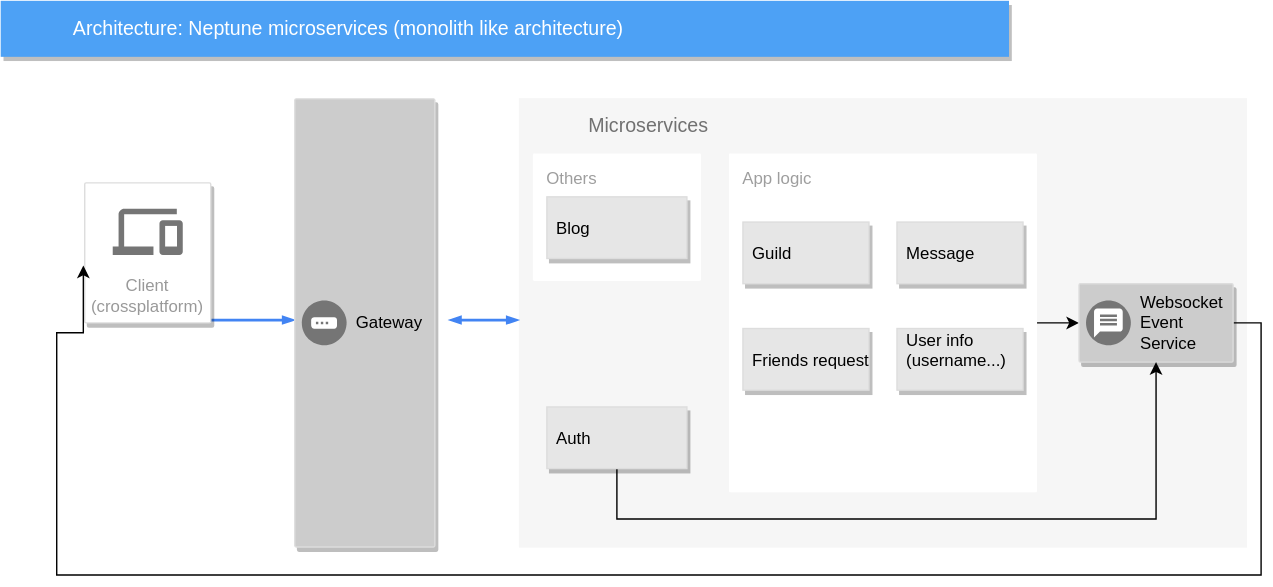
This is diagram/diagram.svg from UchatOrg/guideline, a draw.io export, as it was before one commit. Source tidied: cells renumbered, new cells last; positions are measured from the earlier drawing's top-left corner, leaving out a move shared by most shapes.
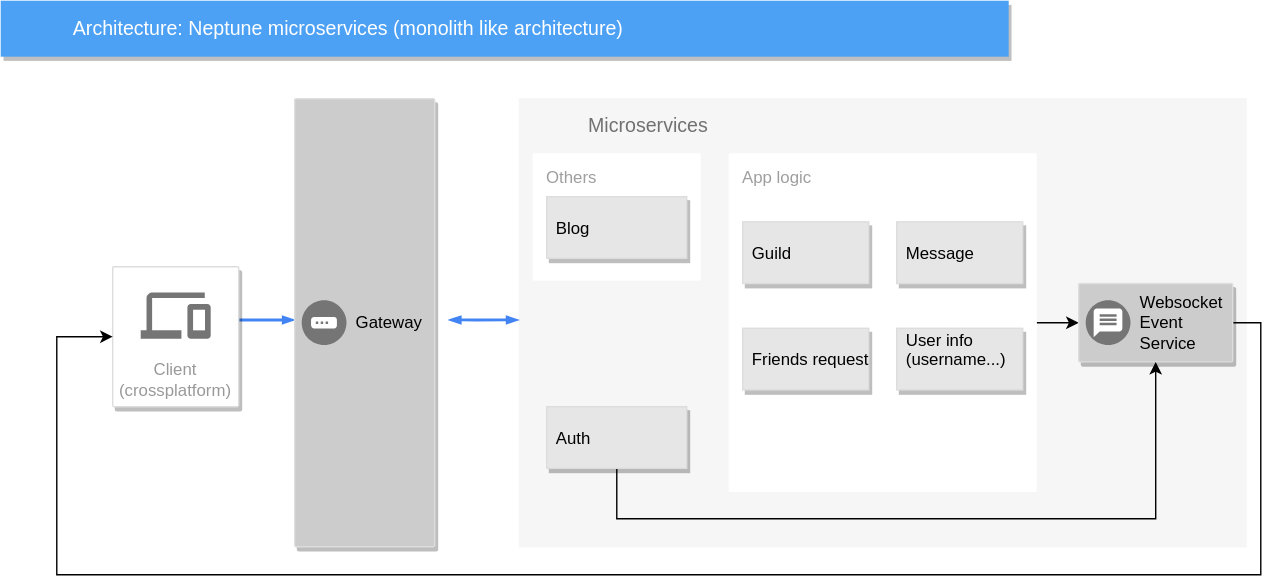
The same diagram one commit later.

Diff of the diagram source:
```diff
@@ -18,7 +18,7 @@
       </mxGeometry>
     </mxCell>
     <mxCell id="5" value="&lt;div&gt;Client&lt;/div&gt;&lt;div&gt;(crossplatform)&lt;/div&gt;" style="strokeColor=#dddddd;fillColor=#FFFFFF;shadow=1;strokeWidth=1;rounded=1;absoluteArcSize=1;arcSize=2;labelPosition=center;verticalLabelPosition=middle;align=center;verticalAlign=bottom;spacingLeft=0;fontColor=#999999;fontSize=12;whiteSpace=wrap;spacingBottom=2;html=1;" parent="1" vertex="1">
-      <mxGeometry x="60" y="130" width="90" height="100" as="geometry" />
+      <mxGeometry x="80" y="190" width="90" height="100" as="geometry" />
     </mxCell>
     <mxCell id="6" style="dashed=0;html=1;fillColor=#757575;strokeColor=none;shape=mxgraph.gcp2.desktop_and_mobile;" parent="5" vertex="1">
       <mxGeometry x="0.5" width="50" height="33" relative="1" as="geometry">
@@ -41,13 +41,13 @@
     <mxCell id="9" value="&lt;div&gt;App logic&lt;br&gt;&lt;/div&gt;" style="points=[[0,0,0],[0.25,0,0],[0.5,0,0],[0.75,0,0],[1,0,0],[1,0.25,0],[1,0.5,0],[1,0.75,0],[1,1,0],[0.75,1,0],[0.5,1,0],[0.25,1,0],[0,1,0],[0,0.75,0],[0,0.5,0],[0,0.25,0]];rounded=1;absoluteArcSize=1;arcSize=2;html=1;strokeColor=none;gradientColor=none;shadow=0;dashed=0;fontSize=12;fontColor=#9E9E9E;align=left;verticalAlign=top;spacing=10;spacingTop=-4;" parent="1" vertex="1">
       <mxGeometry x="520" y="109" width="220" height="242" as="geometry" />
     </mxCell>
-    <mxCell id="10" style="edgeStyle=orthogonalEdgeStyle;rounded=0;jettySize=auto;html=1;exitX=1;exitY=0.5;exitDx=0;exitDy=0;entryX=-0.011;entryY=0.59;entryDx=0;entryDy=0;entryPerimeter=0;" parent="1" edge="1" source="11" target="5">
+    <mxCell id="10" style="edgeStyle=orthogonalEdgeStyle;rounded=0;jettySize=auto;html=1;exitX=1;exitY=0.5;exitDx=0;exitDy=0;entryX=0;entryY=0.5;entryDx=0;entryDy=0;" parent="1" edge="1" source="11" target="5">
       <mxGeometry relative="1" as="geometry">
         <Array as="points">
           <mxPoint x="900" y="230" />
           <mxPoint x="900" y="410" />
           <mxPoint x="40" y="410" />
-          <mxPoint x="40" y="237" />
+          <mxPoint x="40" y="240" />
         </Array>
       </mxGeometry>
     </mxCell>
```
